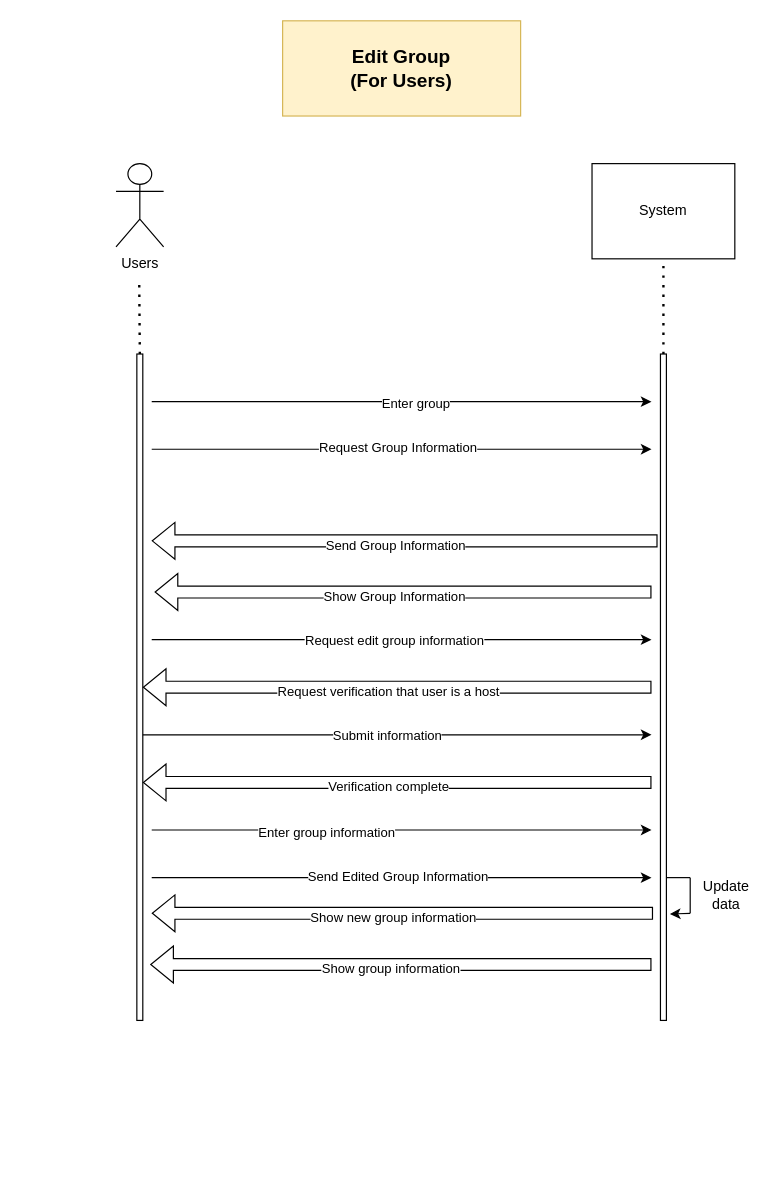
Above: page "Edit Group (For Users)" (12 of 17) of StudtMate.drawio in ParkinnAuto/StudyMate (draw.io), before the change. Source tidied: cells renumbered, new cells numbered last; positions are measured from the earlier drawing's top-left corner, leaving out a move shared by most shapes. Both pictures are drawn from the tidied source at 119%, with x=0, y=0 at pixel (115, 20).
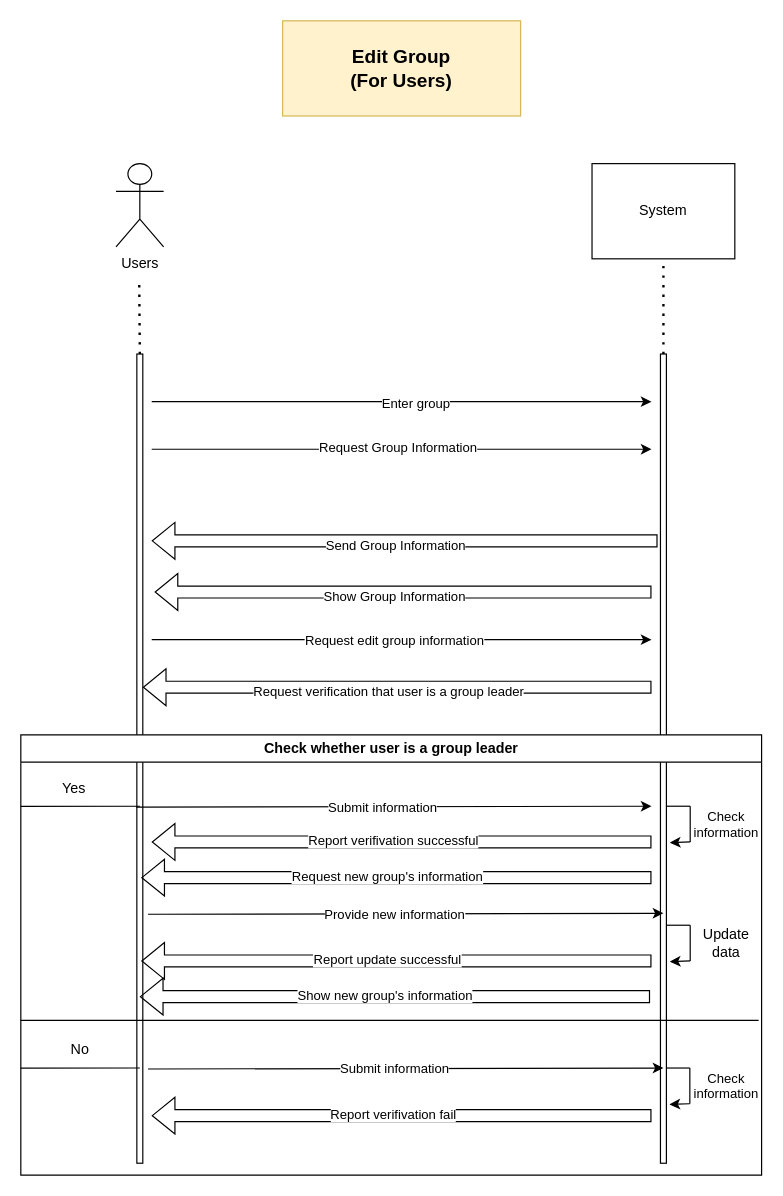
After the change.

The change refers to these unchanged cells:
```xml
<mxCell id="23" style="shape=flexArrow;endArrow=classic;html=1;rounded=0;" parent="1" edge="1">
  <mxGeometry relative="1" as="geometry">
    <mxPoint x="450" y="560" as="sourcePoint" />
    <mxPoint x="22.5" y="560" as="targetPoint" />
  </mxGeometry>
</mxCell>
```

Change to the diagram source:
```diff
@@
     <mxCell id="5" style="rounded=0;whiteSpace=wrap;html=1;" parent="1" vertex="1">
-      <mxGeometry x="17.5" y="280" width="5" height="560" as="geometry" />
+      <mxGeometry x="17.5" y="280" width="5" height="680" as="geometry" />
     </mxCell>
     <mxCell id="6" style="rounded=0;whiteSpace=wrap;html=1;" parent="1" vertex="1">
-      <mxGeometry x="457.5" y="280" width="5" height="560" as="geometry" />
+      <mxGeometry x="457.5" y="280" width="5" height="680" as="geometry" />
     </mxCell>
@@
-    <mxCell id="13" style="endArrow=none;html=1;rounded=0;" parent="1" edge="1">
-      <mxGeometry relative="1" as="geometry">
-        <mxPoint x="462.5" y="720" as="sourcePoint" />
-        <mxPoint x="482.5" y="720" as="targetPoint" />
-      </mxGeometry>
-    </mxCell>
-    <mxCell id="14" style="endArrow=classic;html=1;rounded=0;entryX=1.089;entryY=0.395;entryDx=0;entryDy=0;entryPerimeter=0;" parent="1" edge="1">
-      <mxGeometry relative="1" as="geometry">
-        <mxPoint x="482.5" y="750" as="sourcePoint" />
-        <mxPoint x="465.4" y="750.6" as="targetPoint" />
-      </mxGeometry>
-    </mxCell>
-    <mxCell id="15" value="Update data" style="text;html=1;align=center;verticalAlign=middle;whiteSpace=wrap;rounded=0;" parent="1" vertex="1">
-      <mxGeometry x="482.5" y="720" width="60" height="30" as="geometry" />
-    </mxCell>
-    <mxCell id="16" style="endArrow=none;html=1;rounded=0;" parent="1" edge="1">
-      <mxGeometry relative="1" as="geometry">
-        <mxPoint x="482.5" y="750" as="sourcePoint" />
-        <mxPoint x="482.5" y="720" as="targetPoint" />
-      </mxGeometry>
-    </mxCell>
@@
-    <mxCell id="24" value="Request verification that user is a host" style="edgeLabel;html=1;align=center;verticalAlign=middle;" parent="23" vertex="1">
+    <mxCell id="24" value="Request verification that user is a group leader" style="edgeLabel;html=1;align=center;verticalAlign=middle;" parent="23" vertex="1">
       <mxGeometry x="0.04" y="3" relative="1" as="geometry" />
     </mxCell>
-    <mxCell id="25" style="endArrow=classic;html=1;rounded=0;" parent="1" edge="1">
-      <mxGeometry relative="1" as="geometry">
-        <mxPoint x="22.5" y="600" as="sourcePoint" />
-        <mxPoint x="450" y="600" as="targetPoint" />
-      </mxGeometry>
-    </mxCell>
-    <mxCell id="26" value="Submit information" style="edgeLabel;html=1;align=center;verticalAlign=middle;" parent="25" vertex="1">
-      <mxGeometry x="-0.41" y="-1" relative="1" as="geometry">
-        <mxPoint x="79" y="-1" as="offset" />
-      </mxGeometry>
-    </mxCell>
-    <mxCell id="27" style="shape=flexArrow;endArrow=classic;html=1;rounded=0;" parent="1" edge="1">
-      <mxGeometry relative="1" as="geometry">
-        <mxPoint x="450" y="640" as="sourcePoint" />
-        <mxPoint x="22.5" y="640" as="targetPoint" />
-      </mxGeometry>
-    </mxCell>
-    <mxCell id="28" value="Verification complete" style="edgeLabel;html=1;align=center;verticalAlign=middle;" parent="27" vertex="1">
-      <mxGeometry x="0.04" y="3" relative="1" as="geometry" />
-    </mxCell>
-    <mxCell id="29" style="endArrow=classic;html=1;rounded=0;" parent="1" edge="1">
-      <mxGeometry relative="1" as="geometry">
-        <mxPoint x="30" y="680" as="sourcePoint" />
-        <mxPoint x="450" y="680" as="targetPoint" />
-      </mxGeometry>
-    </mxCell>
-    <mxCell id="30" value="Enter group information" style="edgeLabel;html=1;align=center;verticalAlign=middle;" parent="29" vertex="1">
-      <mxGeometry x="-0.41" y="-1" relative="1" as="geometry">
-        <mxPoint x="22" as="offset" />
-      </mxGeometry>
-    </mxCell>
-    <mxCell id="31" style="endArrow=classic;html=1;rounded=0;" parent="1" edge="1">
-      <mxGeometry relative="1" as="geometry">
-        <mxPoint x="30" y="720" as="sourcePoint" />
-        <mxPoint x="450" y="720" as="targetPoint" />
-      </mxGeometry>
-    </mxCell>
-    <mxCell id="32" value="Send Edited Group Information" style="edgeLabel;html=1;align=center;verticalAlign=middle;" parent="31" vertex="1">
-      <mxGeometry x="-0.02" y="2" relative="1" as="geometry" />
-    </mxCell>
-    <mxCell id="33" style="shape=flexArrow;endArrow=classic;html=1;rounded=0;" parent="1" edge="1">
-      <mxGeometry relative="1" as="geometry">
-        <mxPoint x="451.3" y="750" as="sourcePoint" />
-        <mxPoint x="30" y="750" as="targetPoint" />
-      </mxGeometry>
-    </mxCell>
-    <mxCell id="34" value="Show new group information" style="edgeLabel;html=1;align=center;verticalAlign=middle;" parent="33" vertex="1">
-      <mxGeometry x="0.04" y="3" relative="1" as="geometry" />
-    </mxCell>
-    <mxCell id="35" style="shape=flexArrow;endArrow=classic;html=1;rounded=0;" parent="1" edge="1">
-      <mxGeometry relative="1" as="geometry">
-        <mxPoint x="450" y="793" as="sourcePoint" />
-        <mxPoint x="28.7" y="793" as="targetPoint" />
-      </mxGeometry>
-    </mxCell>
-    <mxCell id="36" value="Show group information" style="edgeLabel;html=1;align=center;verticalAlign=middle;" parent="35" vertex="1">
-      <mxGeometry x="0.04" y="3" relative="1" as="geometry" />
-    </mxCell>
+    <mxCell id="37" value="Check whether user is a group leader" style="swimlane;whiteSpace=wrap;html=1;" parent="1" vertex="1">
+      <mxGeometry x="-80" y="600" width="622.5" height="370" as="geometry" />
+    </mxCell>
+    <mxCell id="38" value="Yes" style="text;html=1;align=center;verticalAlign=middle;whiteSpace=wrap;rounded=0;" parent="37" vertex="1">
+      <mxGeometry x="10" y="30" width="70" height="30" as="geometry" />
+    </mxCell>
+    <mxCell id="39" style="endArrow=classic;html=1;rounded=0;exitX=0.953;exitY=1.026;exitDx=0;exitDy=0;exitPerimeter=0;" parent="37" edge="1">
+      <mxGeometry relative="1" as="geometry">
+        <mxPoint x="96.9" y="60.8" as="sourcePoint" />
+        <mxPoint x="530" y="60" as="targetPoint" />
+      </mxGeometry>
+    </mxCell>
+    <mxCell id="40" value="Submit information" style="edgeLabel;html=1;align=center;verticalAlign=middle;" parent="39" vertex="1">
+      <mxGeometry x="-0.41" y="-1" relative="1" as="geometry">
+        <mxPoint x="79" y="-1" as="offset" />
+      </mxGeometry>
+    </mxCell>
+    <mxCell id="41" style="endArrow=none;html=1;rounded=0;" parent="37" edge="1">
+      <mxGeometry relative="1" as="geometry">
+        <mxPoint y="60.1" as="sourcePoint" />
+        <mxPoint x="100" y="60" as="targetPoint" />
+      </mxGeometry>
+    </mxCell>
+    <mxCell id="42" value="&lt;font style=&quot;font-size: 11px;&quot;&gt;Check&lt;/font&gt;&lt;div style=&quot;font-size: 11px;&quot;&gt;&lt;font style=&quot;font-size: 11px;&quot;&gt;information&lt;/font&gt;&lt;/div&gt;" style="text;html=1;align=center;verticalAlign=middle;whiteSpace=wrap;rounded=0;" parent="37" vertex="1">
+      <mxGeometry x="562.5" y="60" width="60" height="30" as="geometry" />
+    </mxCell>
+    <mxCell id="43" style="shape=flexArrow;endArrow=classic;html=1;rounded=0;" parent="37" edge="1">
+      <mxGeometry relative="1" as="geometry">
+        <mxPoint x="530" y="90" as="sourcePoint" />
+        <mxPoint x="110" y="90" as="targetPoint" />
+      </mxGeometry>
+    </mxCell>
+    <mxCell id="44" value="Report verifivation successful" style="edgeLabel;html=1;align=center;verticalAlign=middle;" parent="43" vertex="1">
+      <mxGeometry x="0.04" y="-2" relative="1" as="geometry" />
+    </mxCell>
+    <mxCell id="45" style="shape=flexArrow;endArrow=classic;html=1;rounded=0;" parent="37" edge="1">
+      <mxGeometry relative="1" as="geometry">
+        <mxPoint x="530" y="120" as="sourcePoint" />
+        <mxPoint x="101.2" y="120" as="targetPoint" />
+      </mxGeometry>
+    </mxCell>
+    <mxCell id="46" value="Request new group's information" style="edgeLabel;html=1;align=center;verticalAlign=middle;" parent="45" vertex="1">
+      <mxGeometry x="0.04" y="-2" relative="1" as="geometry" />
+    </mxCell>
+    <mxCell id="47" style="endArrow=classic;html=1;rounded=0;exitX=0.953;exitY=1.026;exitDx=0;exitDy=0;exitPerimeter=0;" parent="37" edge="1">
+      <mxGeometry relative="1" as="geometry">
+        <mxPoint x="106.9" y="150.8" as="sourcePoint" />
+        <mxPoint x="540" y="150" as="targetPoint" />
+      </mxGeometry>
+    </mxCell>
+    <mxCell id="48" value="Provide new information" style="edgeLabel;html=1;align=center;verticalAlign=middle;" parent="47" vertex="1">
+      <mxGeometry x="-0.41" y="-1" relative="1" as="geometry">
+        <mxPoint x="79" y="-1" as="offset" />
+      </mxGeometry>
+    </mxCell>
+    <mxCell id="13" style="endArrow=none;html=1;rounded=0;" parent="37" edge="1">
+      <mxGeometry relative="1" as="geometry">
+        <mxPoint x="542.5" y="160" as="sourcePoint" />
+        <mxPoint x="562.5" y="160" as="targetPoint" />
+      </mxGeometry>
+    </mxCell>
+    <mxCell id="14" style="endArrow=classic;html=1;rounded=0;entryX=1.089;entryY=0.395;entryDx=0;entryDy=0;entryPerimeter=0;" parent="37" edge="1">
+      <mxGeometry relative="1" as="geometry">
+        <mxPoint x="562.5" y="190" as="sourcePoint" />
+        <mxPoint x="545.4" y="190.6" as="targetPoint" />
+      </mxGeometry>
+    </mxCell>
+    <mxCell id="15" value="Update data" style="text;html=1;align=center;verticalAlign=middle;whiteSpace=wrap;rounded=0;" parent="37" vertex="1">
+      <mxGeometry x="562.5" y="160" width="60" height="30" as="geometry" />
+    </mxCell>
+    <mxCell id="16" style="endArrow=none;html=1;rounded=0;" parent="37" edge="1">
+      <mxGeometry relative="1" as="geometry">
+        <mxPoint x="562.5" y="190" as="sourcePoint" />
+        <mxPoint x="562.5" y="160" as="targetPoint" />
+      </mxGeometry>
+    </mxCell>
+    <mxCell id="49" style="shape=flexArrow;endArrow=classic;html=1;rounded=0;" parent="37" edge="1">
+      <mxGeometry relative="1" as="geometry">
+        <mxPoint x="528.8" y="220" as="sourcePoint" />
+        <mxPoint x="100" y="220" as="targetPoint" />
+      </mxGeometry>
+    </mxCell>
+    <mxCell id="50" value="Show new group's information" style="edgeLabel;html=1;align=center;verticalAlign=middle;" parent="49" vertex="1">
+      <mxGeometry x="0.04" y="-2" relative="1" as="geometry" />
+    </mxCell>
+    <mxCell id="51" style="shape=flexArrow;endArrow=classic;html=1;rounded=0;" parent="37" edge="1">
+      <mxGeometry relative="1" as="geometry">
+        <mxPoint x="530" y="190" as="sourcePoint" />
+        <mxPoint x="101.2" y="190" as="targetPoint" />
+      </mxGeometry>
+    </mxCell>
+    <mxCell id="52" value="Report update successful" style="edgeLabel;html=1;align=center;verticalAlign=middle;" parent="51" vertex="1">
+      <mxGeometry x="0.04" y="-2" relative="1" as="geometry" />
+    </mxCell>
+    <mxCell id="53" style="endArrow=none;html=1;rounded=0;" parent="37" edge="1">
+      <mxGeometry relative="1" as="geometry">
+        <mxPoint y="240" as="sourcePoint" />
+        <mxPoint x="620" y="240" as="targetPoint" />
+      </mxGeometry>
+    </mxCell>
+    <mxCell id="54" value="No" style="text;html=1;align=center;verticalAlign=middle;whiteSpace=wrap;rounded=0;" parent="37" vertex="1">
+      <mxGeometry x="20" y="250" width="60" height="30" as="geometry" />
+    </mxCell>
+    <mxCell id="55" style="endArrow=none;html=1;rounded=0;" parent="37" edge="1">
+      <mxGeometry relative="1" as="geometry">
+        <mxPoint y="280.1" as="sourcePoint" />
+        <mxPoint x="100" y="280" as="targetPoint" />
+      </mxGeometry>
+    </mxCell>
+    <mxCell id="56" style="endArrow=classic;html=1;rounded=0;exitX=0.953;exitY=1.026;exitDx=0;exitDy=0;exitPerimeter=0;" parent="37" edge="1">
+      <mxGeometry relative="1" as="geometry">
+        <mxPoint x="106.9" y="280.8" as="sourcePoint" />
+        <mxPoint x="540" y="280" as="targetPoint" />
+      </mxGeometry>
+    </mxCell>
+    <mxCell id="57" value="Submit information" style="edgeLabel;html=1;align=center;verticalAlign=middle;" parent="56" vertex="1">
+      <mxGeometry x="-0.41" y="-1" relative="1" as="geometry">
+        <mxPoint x="79" y="-1" as="offset" />
+      </mxGeometry>
+    </mxCell>
+    <mxCell id="58" value="&lt;font style=&quot;font-size: 11px;&quot;&gt;Check&lt;/font&gt;&lt;div style=&quot;font-size: 11px;&quot;&gt;&lt;font style=&quot;font-size: 11px;&quot;&gt;information&lt;/font&gt;&lt;/div&gt;" style="text;html=1;align=center;verticalAlign=middle;whiteSpace=wrap;rounded=0;" parent="37" vertex="1">
+      <mxGeometry x="562.5" y="280" width="60" height="30" as="geometry" />
+    </mxCell>
+    <mxCell id="59" style="endArrow=none;html=1;rounded=0;" parent="37" edge="1">
+      <mxGeometry relative="1" as="geometry">
+        <mxPoint x="542.2" y="280" as="sourcePoint" />
+        <mxPoint x="562.2" y="280" as="targetPoint" />
+      </mxGeometry>
+    </mxCell>
+    <mxCell id="60" style="endArrow=classic;html=1;rounded=0;entryX=1.089;entryY=0.395;entryDx=0;entryDy=0;entryPerimeter=0;" parent="37" edge="1">
+      <mxGeometry relative="1" as="geometry">
+        <mxPoint x="562.2" y="310" as="sourcePoint" />
+        <mxPoint x="545.1" y="310.6" as="targetPoint" />
+      </mxGeometry>
+    </mxCell>
+    <mxCell id="61" style="endArrow=none;html=1;rounded=0;" parent="37" edge="1">
+      <mxGeometry relative="1" as="geometry">
+        <mxPoint x="562.2" y="310" as="sourcePoint" />
+        <mxPoint x="562.2" y="280" as="targetPoint" />
+      </mxGeometry>
+    </mxCell>
+    <mxCell id="62" style="shape=flexArrow;endArrow=classic;html=1;rounded=0;" parent="37" edge="1">
+      <mxGeometry relative="1" as="geometry">
+        <mxPoint x="530" y="320" as="sourcePoint" />
+        <mxPoint x="110" y="320" as="targetPoint" />
+      </mxGeometry>
+    </mxCell>
+    <mxCell id="63" value="Report verifivation fail" style="edgeLabel;html=1;align=center;verticalAlign=middle;" parent="62" vertex="1">
+      <mxGeometry x="0.04" y="-2" relative="1" as="geometry" />
+    </mxCell>
+    <mxCell id="64" style="endArrow=none;html=1;rounded=0;" parent="1" edge="1">
+      <mxGeometry relative="1" as="geometry">
+        <mxPoint x="462.5" y="660" as="sourcePoint" />
+        <mxPoint x="482.5" y="660" as="targetPoint" />
+      </mxGeometry>
+    </mxCell>
+    <mxCell id="65" style="endArrow=classic;html=1;rounded=0;entryX=1.089;entryY=0.395;entryDx=0;entryDy=0;entryPerimeter=0;" parent="1" edge="1">
+      <mxGeometry relative="1" as="geometry">
+        <mxPoint x="482.5" y="690" as="sourcePoint" />
+        <mxPoint x="465.4" y="690.6" as="targetPoint" />
+      </mxGeometry>
+    </mxCell>
+    <mxCell id="66" style="endArrow=none;html=1;rounded=0;" parent="1" edge="1">
+      <mxGeometry relative="1" as="geometry">
+        <mxPoint x="482.5" y="690" as="sourcePoint" />
+        <mxPoint x="482.5" y="660" as="targetPoint" />
+      </mxGeometry>
+    </mxCell>
```
